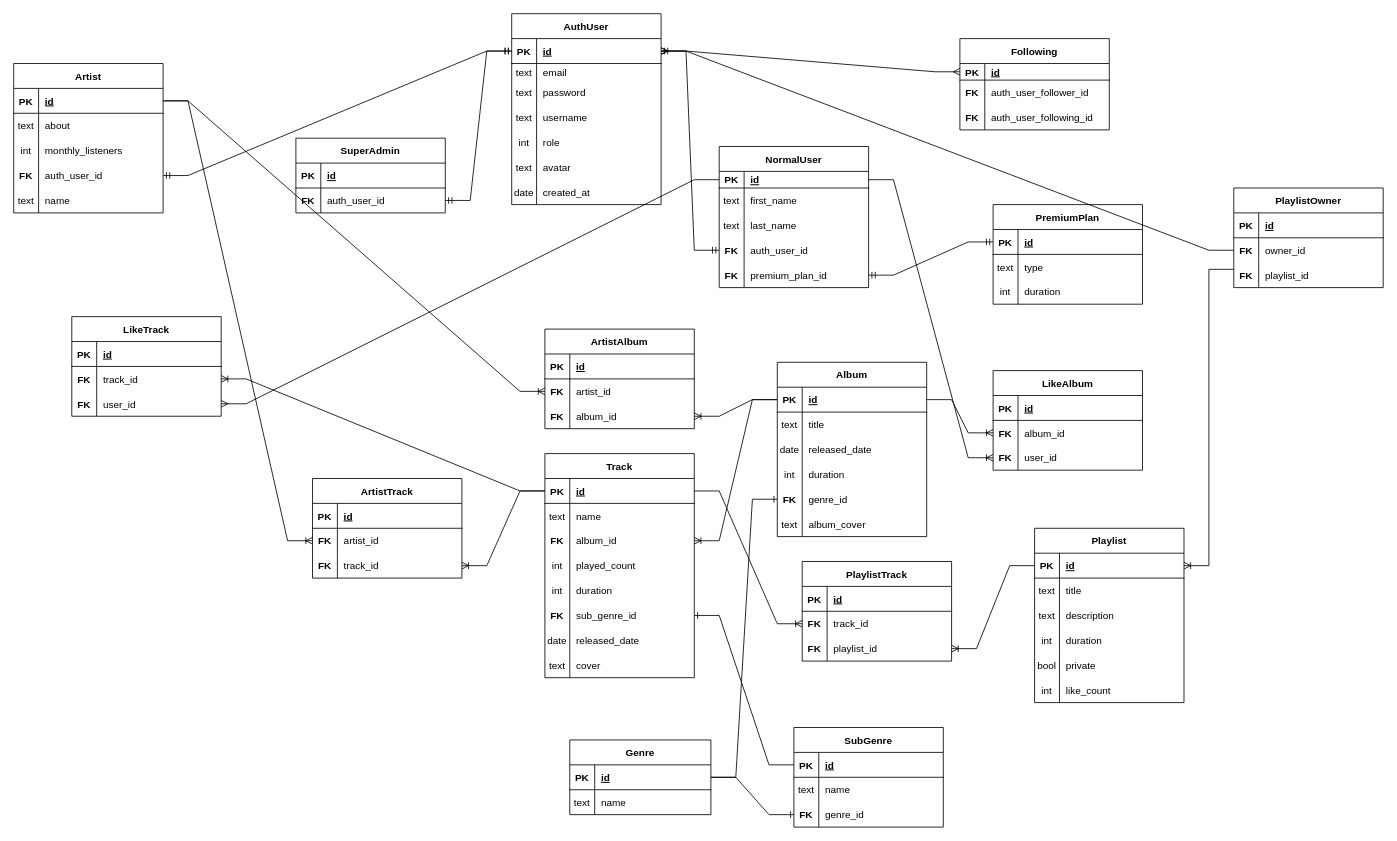
Before: ERD.drawio in shakibfarzan/air-vinyl, a draw.io diagram. Source tidied: cells renumbered, new cells numbered last; positions are measured from the earlier drawing's top-left corner, leaving out a move shared by most shapes. Both pictures are drawn from the tidied source at 83%, with x=0, y=0 at pixel (13, 13).
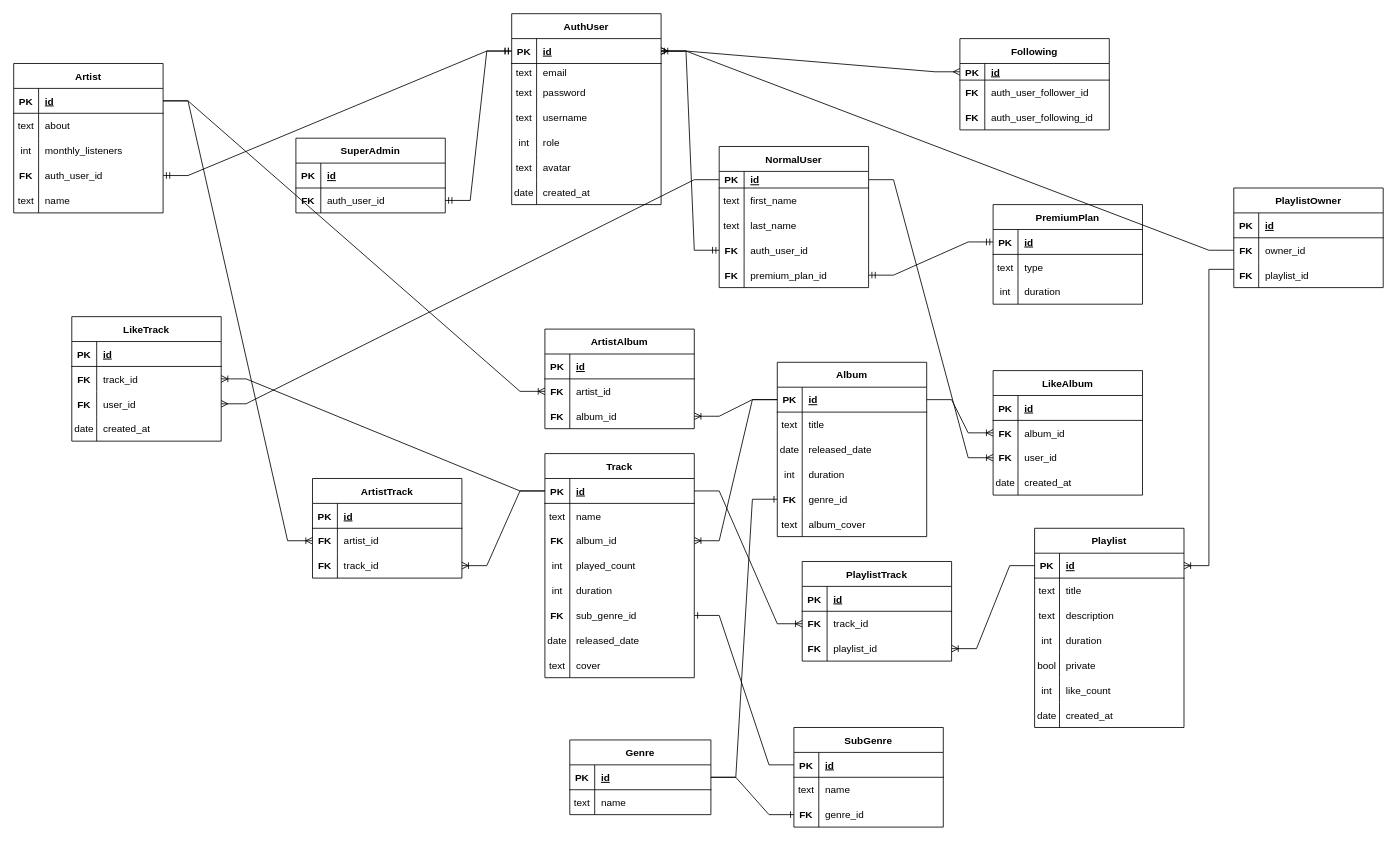
Above is the later version.

The edit, as a diff of the source:
```diff
@@
     <mxCell id="137" value="Playlist" style="shape=table;startSize=30;childLayout=tableLayout;rowLines=0;fontStyle=1;align=center;" parent="1" vertex="1">
-      <mxGeometry x="1230" y="620" width="180" height="210" as="geometry" />
+      <mxGeometry x="1230" y="620" width="180" height="240" as="geometry" />
     </mxCell>
@@
+    <mxCell id="244" style="shape=tableRow;horizontal=0;startSize=0;swimlaneHead=0;swimlaneBody=0;fillColor=none;top=0;left=0;right=0;bottom=0;" parent="137" vertex="1">
+      <mxGeometry y="210" width="180" height="30" as="geometry" />
+    </mxCell>
+    <mxCell id="245" value="date" style="shape=partialRectangle;fillColor=none;top=0;left=0;bottom=0;right=0;overflow=hidden;" parent="244" vertex="1">
+      <mxGeometry width="30" height="30" as="geometry" />
+    </mxCell>
+    <mxCell id="246" value="created_at" style="shape=partialRectangle;fillColor=none;top=0;left=0;bottom=0;right=0;align=left;spacingLeft=6;overflow=hidden;" parent="244" vertex="1">
+      <mxGeometry x="30" width="150" height="30" as="geometry" />
+    </mxCell>
@@
     <mxCell id="220" value="LikeTrack" style="shape=table;startSize=30;childLayout=tableLayout;rowLines=0;fontStyle=1;align=center;" parent="1" vertex="1">
-      <mxGeometry x="70" y="365" width="180" height="120" as="geometry" />
+      <mxGeometry x="70" y="365" width="180" height="150" as="geometry" />
     </mxCell>
@@
+    <mxCell id="247" style="shape=tableRow;horizontal=0;startSize=0;swimlaneHead=0;swimlaneBody=0;fillColor=none;top=0;left=0;right=0;bottom=0;" parent="220" vertex="1">
+      <mxGeometry y="120" width="180" height="30" as="geometry" />
+    </mxCell>
+    <mxCell id="248" value="date" style="shape=partialRectangle;fillColor=none;top=0;left=0;bottom=0;right=0;overflow=hidden;fontStyle=0;" parent="247" vertex="1">
+      <mxGeometry width="30" height="30" as="geometry" />
+    </mxCell>
+    <mxCell id="249" value="created_at" style="shape=partialRectangle;fillColor=none;top=0;left=0;bottom=0;right=0;align=left;spacingLeft=6;overflow=hidden;" parent="247" vertex="1">
+      <mxGeometry x="30" width="150" height="30" as="geometry" />
+    </mxCell>
@@
     <mxCell id="232" value="LikeAlbum" style="shape=table;startSize=30;childLayout=tableLayout;rowLines=0;fontStyle=1;align=center;" parent="1" vertex="1">
-      <mxGeometry x="1180" y="430" width="180" height="120" as="geometry" />
+      <mxGeometry x="1180" y="430" width="180" height="150" as="geometry" />
     </mxCell>
@@
+    <mxCell id="250" style="shape=tableRow;horizontal=0;startSize=0;swimlaneHead=0;swimlaneBody=0;fillColor=none;top=0;left=0;right=0;bottom=0;" parent="232" vertex="1">
+      <mxGeometry y="120" width="180" height="30" as="geometry" />
+    </mxCell>
+    <mxCell id="251" value="date" style="shape=partialRectangle;fillColor=none;top=0;left=0;bottom=0;right=0;overflow=hidden;fontStyle=0;" parent="250" vertex="1">
+      <mxGeometry width="30" height="30" as="geometry" />
+    </mxCell>
+    <mxCell id="252" value="created_at" style="shape=partialRectangle;fillColor=none;top=0;left=0;bottom=0;right=0;align=left;spacingLeft=6;overflow=hidden;" parent="250" vertex="1">
+      <mxGeometry x="30" width="150" height="30" as="geometry" />
+    </mxCell>
```
